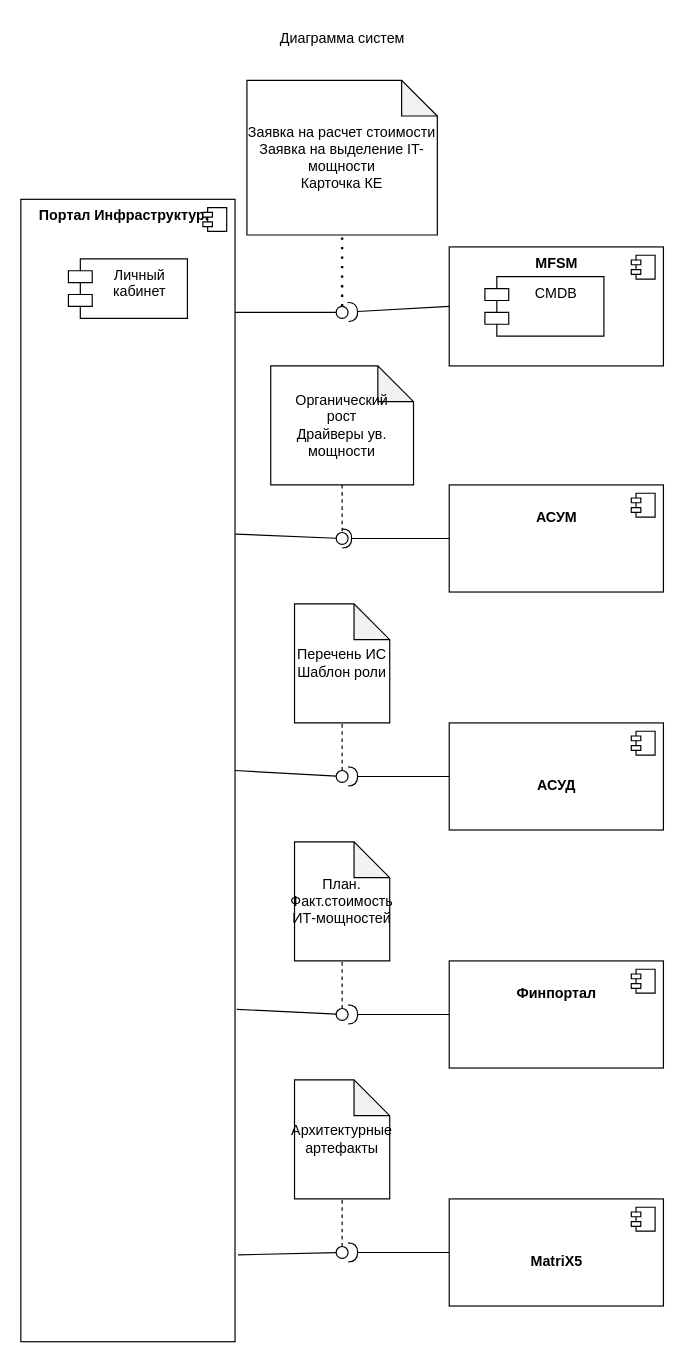
The draw.io diagram Component.drawio in Tonop/X5, before the edit. Source tidied: cells renumbered, new cells numbered last; positions are measured from the earlier drawing's top-left corner, leaving out a move shared by most shapes. Both pictures are drawn from the tidied source at 119%, with x=0, y=0 at pixel (20, 20).
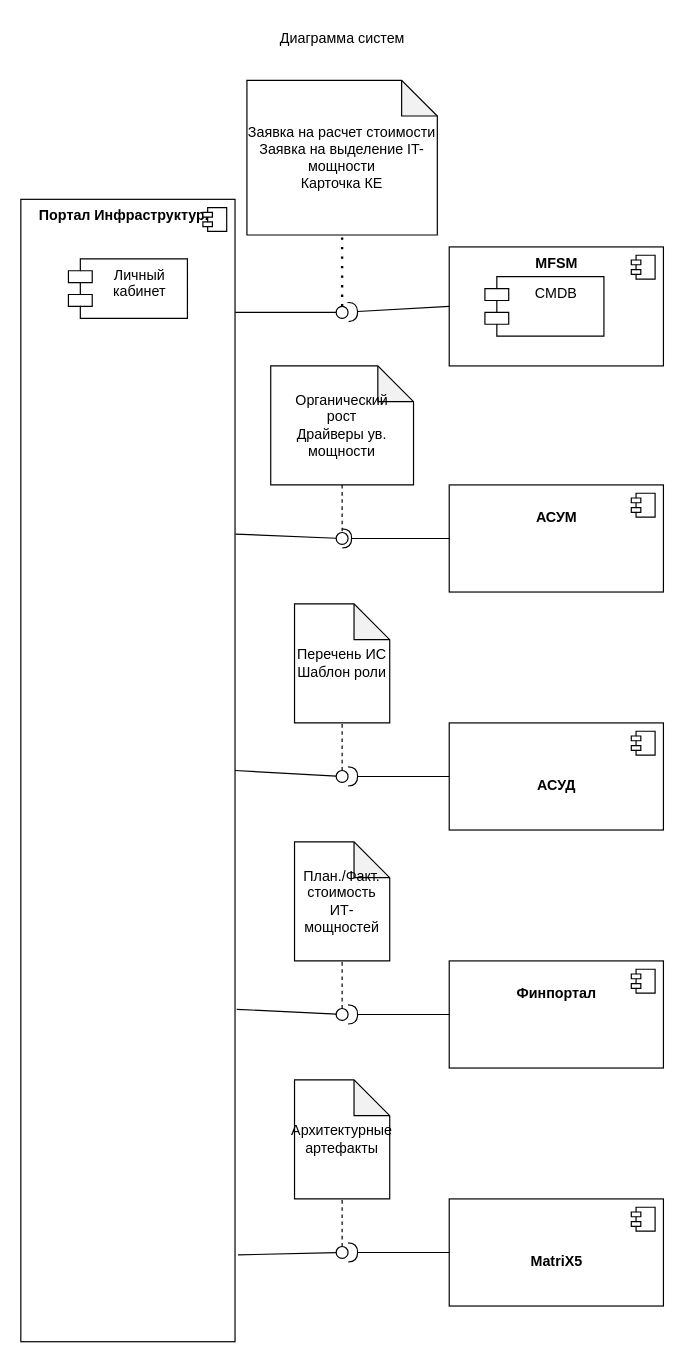
After the change.

What changed in the source:
```diff
@@
-    <mxCell id="32" value="План.&lt;br&gt;Факт.стоимость ИТ-мощностей" style="shape=note;whiteSpace=wrap;html=1;backgroundOutline=1;darkOpacity=0.05;" parent="1" vertex="1">
+    <mxCell id="32" value="План./Факт.&lt;br&gt;стоимость ИТ-мощностей" style="shape=note;whiteSpace=wrap;html=1;backgroundOutline=1;darkOpacity=0.05;" parent="1" vertex="1">
       <mxGeometry x="230" y="690" width="80" height="100" as="geometry" />
     </mxCell>
```
